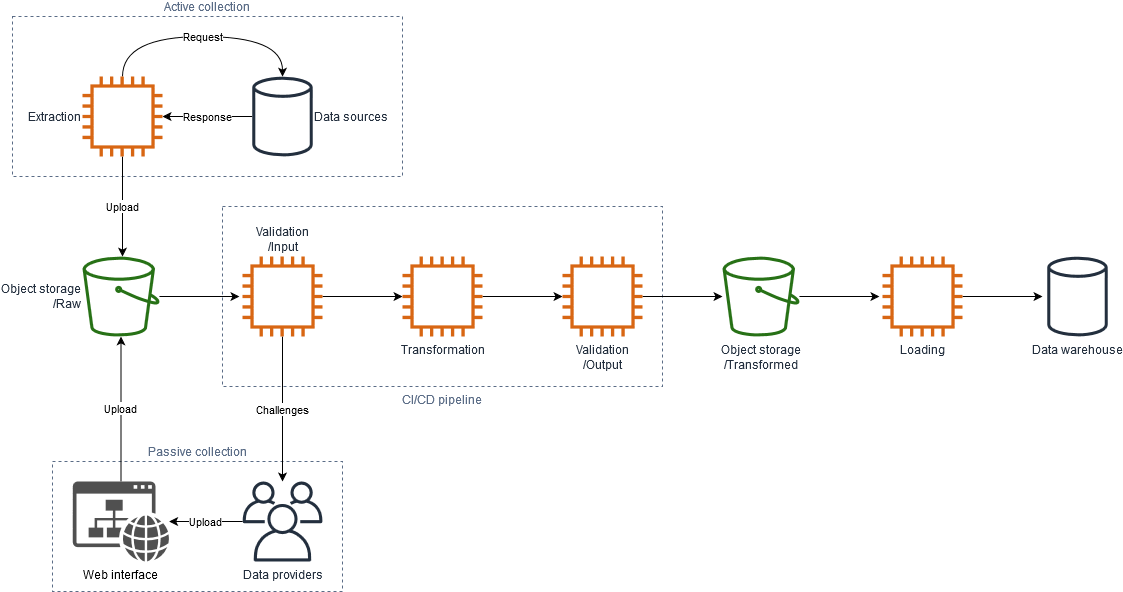
EFT-Defra/OIF_Pipeline_-_Dashboard_Discovery keeps this draw.io diagram as OIF_diagram.png. Above is the earlier version. Source tidied: cells renumbered, new cells last; positions are measured from the earlier drawing's top-left corner, leaving out a move shared by most shapes.
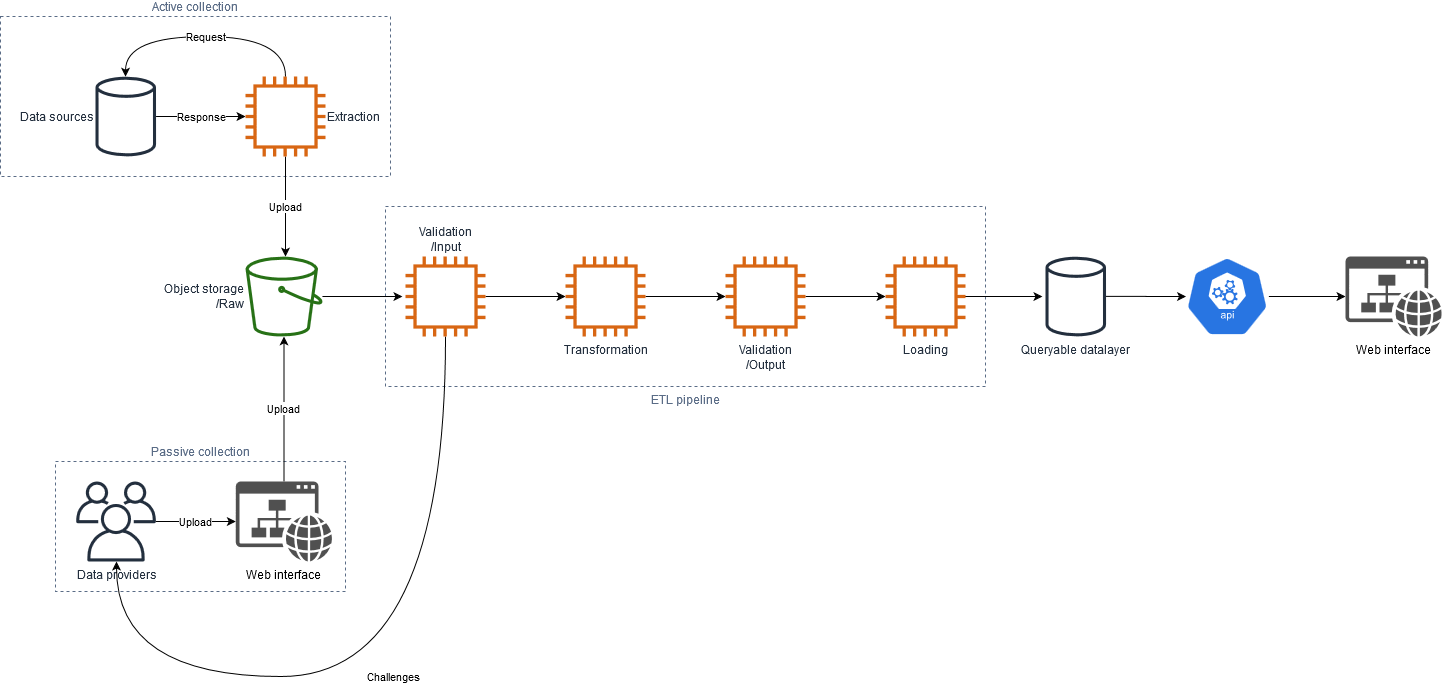
The same diagram one commit later.

The edit, as a diff of the source:
```diff
@@ -2,31 +2,26 @@
   <root>
     <mxCell id="0" />
     <mxCell id="1" parent="0" />
+    <mxCell id="4" value="Active collection" style="fillColor=none;strokeColor=#5A6C86;dashed=1;verticalAlign=bottom;fontStyle=0;fontColor=#5A6C86;labelPosition=center;verticalLabelPosition=top;align=center;" parent="1" vertex="1">
+      <mxGeometry x="-175" width="390" height="160" as="geometry" />
+    </mxCell>
-    <mxCell id="2" value="CI/CD pipeline" style="fillColor=none;strokeColor=#5A6C86;dashed=1;verticalAlign=top;fontStyle=0;fontColor=#5A6C86;labelPosition=center;verticalLabelPosition=bottom;align=center;" parent="1" vertex="1">
-      <mxGeometry x="210" y="190" width="440" height="180" as="geometry" />
+    <mxCell id="2" value="ETL pipeline" style="fillColor=none;strokeColor=#5A6C86;dashed=1;verticalAlign=top;fontStyle=0;fontColor=#5A6C86;labelPosition=center;verticalLabelPosition=bottom;align=center;" parent="1" vertex="1">
+      <mxGeometry x="210" y="190" width="600" height="180" as="geometry" />
     </mxCell>
     <mxCell id="3" value="Passive collection" style="fillColor=none;strokeColor=#5A6C86;dashed=1;verticalAlign=bottom;fontStyle=0;fontColor=#5A6C86;labelPosition=center;verticalLabelPosition=top;align=center;" parent="1" vertex="1">
-      <mxGeometry x="40" y="445" width="290" height="130" as="geometry" />
+      <mxGeometry x="-120" y="445" width="290" height="130" as="geometry" />
     </mxCell>
-    <mxCell id="4" value="Active collection" style="fillColor=none;strokeColor=#5A6C86;dashed=1;verticalAlign=bottom;fontStyle=0;fontColor=#5A6C86;labelPosition=center;verticalLabelPosition=top;align=center;" parent="1" vertex="1">
-      <mxGeometry width="390" height="160" as="geometry" />
-    </mxCell>
     <mxCell id="5" value="Upload" style="edgeStyle=orthogonalEdgeStyle;curved=1;jettySize=auto;html=1;startArrow=none;startFill=0;endArrow=classic;endFill=1;" parent="1" edge="1" source="6" target="20">
       <mxGeometry relative="1" as="geometry" />
     </mxCell>
     <mxCell id="6" value="Data providers" style="outlineConnect=0;fontColor=#232F3E;gradientColor=none;fillColor=#232F3E;strokeColor=none;dashed=0;verticalLabelPosition=bottom;verticalAlign=top;align=center;html=1;fontSize=12;fontStyle=0;shape=mxgraph.aws4.users;labelPosition=center;" parent="1" vertex="1">
-      <mxGeometry x="230" y="465" width="80" height="80" as="geometry" />
+      <mxGeometry x="-99.5" y="465" width="80" height="80" as="geometry" />
     </mxCell>
     <mxCell id="7" value="&lt;div&gt;Response&lt;br&gt;&lt;/div&gt;" style="edgeStyle=orthogonalEdgeStyle;jettySize=auto;html=1;startArrow=none;startFill=0;curved=1;" parent="1" edge="1" source="8" target="13">
-      <mxGeometry relative="1" as="geometry">
-        <Array as="points">
-          <mxPoint x="200" y="100" />
-          <mxPoint x="200" y="100" />
-        </Array>
-      </mxGeometry>
+      <mxGeometry relative="1" as="geometry" />
     </mxCell>
-    <mxCell id="8" value="Data sources" style="outlineConnect=0;fontColor=#232F3E;gradientColor=none;fillColor=#232F3E;strokeColor=none;dashed=0;verticalLabelPosition=middle;verticalAlign=middle;align=left;html=1;fontSize=12;fontStyle=0;shape=mxgraph.aws4.generic_database;labelPosition=right;" parent="1" vertex="1">
-      <mxGeometry x="239.7" y="60" width="60.5" height="80" as="geometry" />
+    <mxCell id="8" value="Data sources" style="outlineConnect=0;fontColor=#232F3E;gradientColor=none;fillColor=#232F3E;strokeColor=none;dashed=0;verticalLabelPosition=middle;verticalAlign=middle;align=right;html=1;fontSize=12;fontStyle=0;shape=mxgraph.aws4.generic_database;labelPosition=left;" parent="1" vertex="1">
+      <mxGeometry x="-80" y="60" width="60.5" height="80" as="geometry" />
     </mxCell>
     <mxCell id="9" style="edgeStyle=orthogonalEdgeStyle;curved=1;jettySize=auto;html=1;startArrow=none;startFill=0;" parent="1" edge="1" source="10">
       <mxGeometry relative="1" as="geometry">
@@ -44,15 +39,7 @@
         </Array>
       </mxGeometry>
     </mxCell>
-    <mxCell id="12" value="Request" style="edgeStyle=orthogonalEdgeStyle;curved=1;jettySize=auto;html=1;startArrow=none;startFill=0;" parent="1" edge="1" source="13" target="8">
-      <mxGeometry relative="1" as="geometry">
-        <Array as="points">
-          <mxPoint x="110" y="20" />
-          <mxPoint x="270" y="20" />
-        </Array>
-      </mxGeometry>
-    </mxCell>
-    <mxCell id="13" value="Extraction" style="outlineConnect=0;fontColor=#232F3E;gradientColor=none;fillColor=#D86613;strokeColor=none;dashed=0;verticalLabelPosition=middle;verticalAlign=middle;align=right;html=1;fontSize=12;fontStyle=0;shape=mxgraph.aws4.instance2;labelPosition=left;" parent="1" vertex="1">
+    <mxCell id="13" value="Extraction" style="outlineConnect=0;fontColor=#232F3E;gradientColor=none;fillColor=#D86613;strokeColor=none;dashed=0;verticalLabelPosition=middle;verticalAlign=middle;align=left;html=1;fontSize=12;fontStyle=0;shape=mxgraph.aws4.instance2;labelPosition=right;" parent="1" vertex="1">
       <mxGeometry x="70" y="60" width="80" height="80" as="geometry" />
     </mxCell>
     <mxCell id="14" style="edgeStyle=orthogonalEdgeStyle;curved=1;jettySize=auto;html=1;startArrow=none;startFill=0;" parent="1" edge="1" source="16" target="18">
@@ -61,8 +48,8 @@
     <mxCell id="15" value="Challenges" style="edgeStyle=orthogonalEdgeStyle;curved=1;jettySize=auto;html=1;startArrow=none;startFill=0;" parent="1" edge="1" source="16" target="6">
       <mxGeometry relative="1" as="geometry">
         <Array as="points">
-          <mxPoint x="270" y="460" />
-          <mxPoint x="270" y="460" />
+          <mxPoint x="270" y="660" />
+          <mxPoint x="-59" y="660" />
         </Array>
       </mxGeometry>
     </mxCell>
@@ -91,24 +78,39 @@
     <mxCell id="22" value="&lt;div&gt;Validation&lt;/div&gt;&lt;div&gt;/Output&lt;/div&gt;&lt;div&gt;&lt;br&gt;&lt;/div&gt;" style="outlineConnect=0;fontColor=#232F3E;gradientColor=none;fillColor=#D86613;strokeColor=none;dashed=0;verticalLabelPosition=bottom;verticalAlign=top;align=center;html=1;fontSize=12;fontStyle=0;shape=mxgraph.aws4.instance2;labelPosition=center;" parent="1" vertex="1">
       <mxGeometry x="550" y="240" width="80" height="80" as="geometry" />
     </mxCell>
-    <mxCell id="23" style="edgeStyle=orthogonalEdgeStyle;curved=1;jettySize=auto;html=1;startArrow=none;startFill=0;endArrow=classic;endFill=1;" parent="1" edge="1" source="24">
+    <mxCell id="23" style="edgeStyle=orthogonalEdgeStyle;curved=1;orthogonalLoop=1;jettySize=auto;html=1;startArrow=none;startFill=0;endArrow=classic;endFill=1;" parent="1" edge="1">
       <mxGeometry relative="1" as="geometry">
+        <mxPoint x="786.9" y="280" as="sourcePoint" />
         <mxPoint x="866.9" y="280" as="targetPoint" />
       </mxGeometry>
     </mxCell>
-    <mxCell id="24" value="&lt;div&gt;Object storage &lt;br&gt;&lt;/div&gt;&lt;div&gt;/Transformed&lt;/div&gt;" style="outlineConnect=0;fontColor=#232F3E;gradientColor=none;fillColor=#277116;strokeColor=none;dashed=0;verticalLabelPosition=bottom;verticalAlign=top;align=center;html=1;fontSize=12;fontStyle=0;shape=mxgraph.aws4.bucket;" parent="1" vertex="1">
-      <mxGeometry x="710" y="240" width="76.9" height="80" as="geometry" />
-    </mxCell>
-    <mxCell id="25" style="edgeStyle=orthogonalEdgeStyle;curved=1;jettySize=auto;html=1;startArrow=none;startFill=0;endArrow=classic;endFill=1;" parent="1" edge="1" source="26">
-      <mxGeometry relative="1" as="geometry">
-        <mxPoint x="1030" y="280" as="targetPoint" />
-      </mxGeometry>
-    </mxCell>
     <mxCell id="26" value="Loading" style="outlineConnect=0;fontColor=#232F3E;gradientColor=none;fillColor=#D86613;strokeColor=none;dashed=0;verticalLabelPosition=bottom;verticalAlign=top;align=center;html=1;fontSize=12;fontStyle=0;shape=mxgraph.aws4.instance2;labelPosition=center;" parent="1" vertex="1">
-      <mxGeometry x="870" y="240" width="80" height="80" as="geometry" />
+      <mxGeometry x="710" y="240" width="80" height="80" as="geometry" />
     </mxCell>
+    <mxCell id="28" style="edgeStyle=orthogonalEdgeStyle;rounded=0;jettySize=auto;html=1;" parent="1" edge="1" source="27">
+      <mxGeometry relative="1" as="geometry">
+        <mxPoint x="1010.5" y="280" as="targetPoint" />
+      </mxGeometry>
+    </mxCell>
-    <mxCell id="27" value="Data warehouse" style="outlineConnect=0;fontColor=#232F3E;gradientColor=none;fillColor=#232F3E;strokeColor=none;dashed=0;verticalLabelPosition=bottom;verticalAlign=top;align=center;html=1;fontSize=12;fontStyle=0;shape=mxgraph.aws4.generic_database;labelPosition=center;" parent="1" vertex="1">
-      <mxGeometry x="1034.7" y="240" width="60.5" height="80" as="geometry" />
+    <mxCell id="27" value="Queryable datalayer" style="outlineConnect=0;fontColor=#232F3E;gradientColor=none;fillColor=#232F3E;strokeColor=none;dashed=0;verticalLabelPosition=bottom;verticalAlign=top;align=center;html=1;fontSize=12;fontStyle=0;shape=mxgraph.aws4.generic_database;labelPosition=center;" parent="1" vertex="1">
+      <mxGeometry x="870" y="240" width="60.5" height="80" as="geometry" />
     </mxCell>
+    <mxCell id="12" value="Request" style="edgeStyle=orthogonalEdgeStyle;curved=1;jettySize=auto;html=1;startArrow=none;startFill=0;" parent="1" edge="1" source="13" target="8">
+      <mxGeometry relative="1" as="geometry">
+        <Array as="points">
+          <mxPoint x="110" y="20" />
+          <mxPoint x="-50" y="20" />
+        </Array>
+      </mxGeometry>
+    </mxCell>
+    <mxCell id="29" style="edgeStyle=orthogonalEdgeStyle;rounded=0;jettySize=auto;html=1;" parent="1" edge="1" source="30" target="31">
+      <mxGeometry relative="1" as="geometry" />
+    </mxCell>
+    <mxCell id="30" style="html=1;dashed=0;whitespace=wrap;fillColor=#2875E2;strokeColor=#ffffff;points=[[0.005,0.63,0],[0.1,0.2,0],[0.9,0.2,0],[0.5,0,0],[0.995,0.63,0],[0.72,0.99,0],[0.5,1,0],[0.28,0.99,0]];shape=mxgraph.kubernetes.icon;prIcon=api;" parent="1" vertex="1">
+      <mxGeometry x="1010" y="240" width="83.3" height="80" as="geometry" />
+    </mxCell>
+    <mxCell id="31" value="Web interface" style="shadow=0;dashed=0;html=1;strokeColor=none;fillColor=#505050;labelPosition=center;verticalLabelPosition=bottom;verticalAlign=top;outlineConnect=0;align=center;shape=mxgraph.office.concepts.website;" parent="1" vertex="1">
+      <mxGeometry x="1170" y="240" width="96.3" height="80" as="geometry" />
+    </mxCell>
   </root>
 </mxGraphModel>
```
